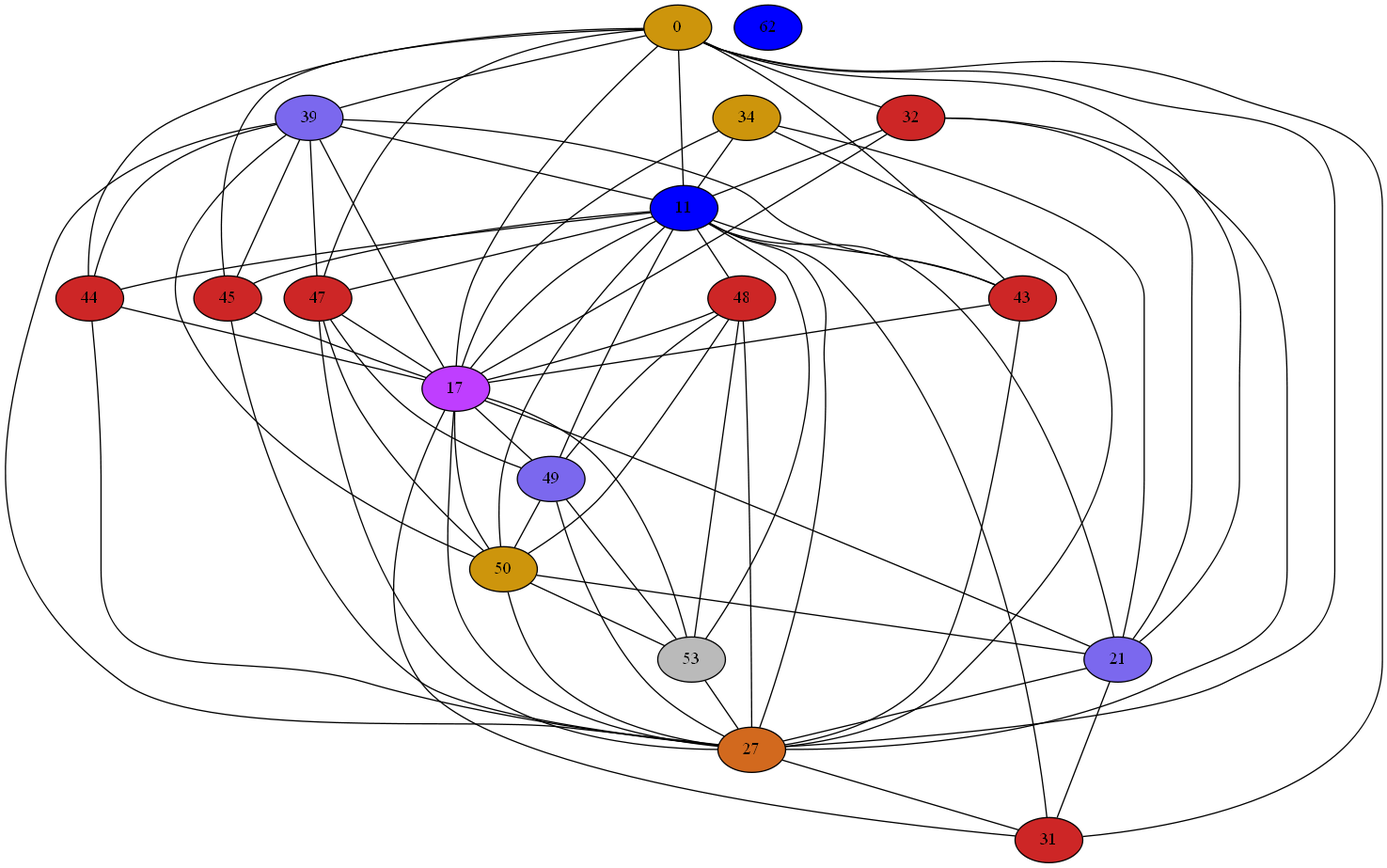
The Graphviz diagram Compiler/18iGraph.png in mbajaj92/Project-Astoria, before a commit. Its source is kept beside it as Compiler/18iGraph.dot.
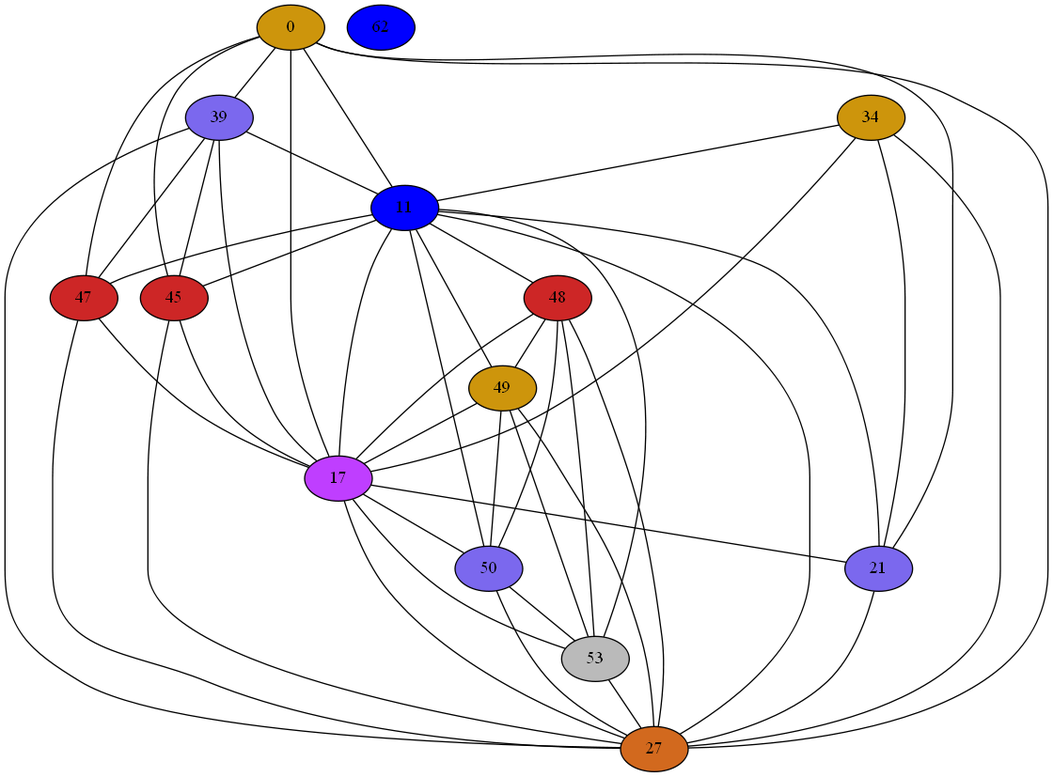
Above is the later version.

Diff of the diagram source:
```diff
@@ -1,22 +1,12 @@
 strict graph {
 0[label="0" style=filled fillcolor="darkgoldenrod3"];
-0 -- 32
 0 -- 17
 0 -- 21
 0 -- 39
-0 -- 43
 0 -- 27
 0 -- 11
-0 -- 44
 0 -- 45
 0 -- 47
-0 -- 31
-32[label="32" style=filled fillcolor="firebrick3"];
-32 -- 0
-32 -- 17
-32 -- 21
-32 -- 11
-32 -- 27
 34[label="34" style=filled fillcolor="darkgoldenrod3"];
 34 -- 17
 34 -- 21
@@ -25,42 +15,23 @@
 39[label="39" style=filled fillcolor="mediumslateblue"];
 39 -- 0
 39 -- 17
-39 -- 50
-39 -- 43
 39 -- 11
 39 -- 27
-39 -- 44
 39 -- 45
 39 -- 47
 11[label="11" style=filled fillcolor="blue1"];
-11 -- 32
+11 -- 48
 11 -- 0
-11 -- 34
-11 -- 39
-11 -- 43
-11 -- 44
-11 -- 45
-11 -- 47
-11 -- 48
 11 -- 49
 11 -- 17
 11 -- 50
+11 -- 34
 11 -- 53
 11 -- 21
+11 -- 39
 11 -- 27
-11 -- 31
-43[label="43" style=filled fillcolor="firebrick3"];
-43 -- 0
-43 -- 17
-43 -- 39
-43 -- 11
-43 -- 27
-44[label="44" style=filled fillcolor="firebrick3"];
-44 -- 0
-44 -- 17
-44 -- 39
-44 -- 11
-44 -- 27
+11 -- 45
+11 -- 47
 45[label="45" style=filled fillcolor="firebrick3"];
 45 -- 0
 45 -- 17
@@ -69,92 +40,69 @@
 45 -- 27
 47[label="47" style=filled fillcolor="firebrick3"];
 47 -- 0
-47 -- 49
 47 -- 17
-47 -- 50
 47 -- 39
 47 -- 11
 47 -- 27
 48[label="48" style=filled fillcolor="firebrick3"];
+48 -- 49
 48 -- 17
-48 -- 49
 48 -- 50
 48 -- 53
 48 -- 11
 48 -- 27
-17[label="17" style=filled fillcolor="darkorchid1"];
-17 -- 32
-17 -- 0
-17 -- 34
-17 -- 39
-17 -- 43
-17 -- 11
-17 -- 44
-17 -- 45
-17 -- 47
-17 -- 48
-17 -- 49
-17 -- 50
-17 -- 53
-17 -- 21
-17 -- 27
-17 -- 31
-49[label="49" style=filled fillcolor="mediumslateblue"];
+49[label="49" style=filled fillcolor="darkgoldenrod3"];
 49 -- 48
 49 -- 17
 49 -- 50
 49 -- 53
 49 -- 11
 49 -- 27
-49 -- 47
-50[label="50" style=filled fillcolor="darkgoldenrod3"];
+17[label="17" style=filled fillcolor="darkorchid1"];
+17 -- 48
+17 -- 0
+17 -- 49
+17 -- 50
+17 -- 34
+17 -- 53
+17 -- 21
+17 -- 39
+17 -- 27
+17 -- 11
+17 -- 45
+17 -- 47
+50[label="50" style=filled fillcolor="mediumslateblue"];
 50 -- 48
 50 -- 49
 50 -- 17
 50 -- 53
-50 -- 21
-50 -- 39
 50 -- 11
 50 -- 27
-50 -- 47
 53[label="53" style=filled fillcolor="gray73"];
 53 -- 48
+53 -- 49
 53 -- 17
-53 -- 49
 53 -- 50
 53 -- 11
 53 -- 27
 21[label="21" style=filled fillcolor="mediumslateblue"];
-21 -- 32
 21 -- 0
 21 -- 17
-21 -- 50
 21 -- 34
 21 -- 27
 21 -- 11
-21 -- 31
 27[label="27" style=filled fillcolor="chocolate"];
-27 -- 32
+27 -- 48
 27 -- 0
-27 -- 34
-27 -- 39
-27 -- 43
-27 -- 11
-27 -- 44
-27 -- 45
-27 -- 47
-27 -- 48
 27 -- 49
 27 -- 17
 27 -- 50
+27 -- 34
 27 -- 53
 27 -- 21
-27 -- 31
+27 -- 39
+27 -- 11
+27 -- 45
+27 -- 47
 62[label="62" style=filled fillcolor="blue1"];
-31[label="31" style=filled fillcolor="firebrick3"];
-31 -- 0
-31 -- 17
-31 -- 21
-31 -- 11
-31 -- 27
 }
```
